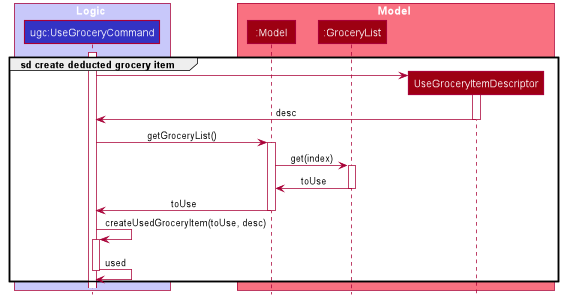
Before: docs/images/UseGrocerySequenceDiagramRef.png, a diagram exported from PlantUML (nus-cs2103-AY1920S1/addressbook-level3).
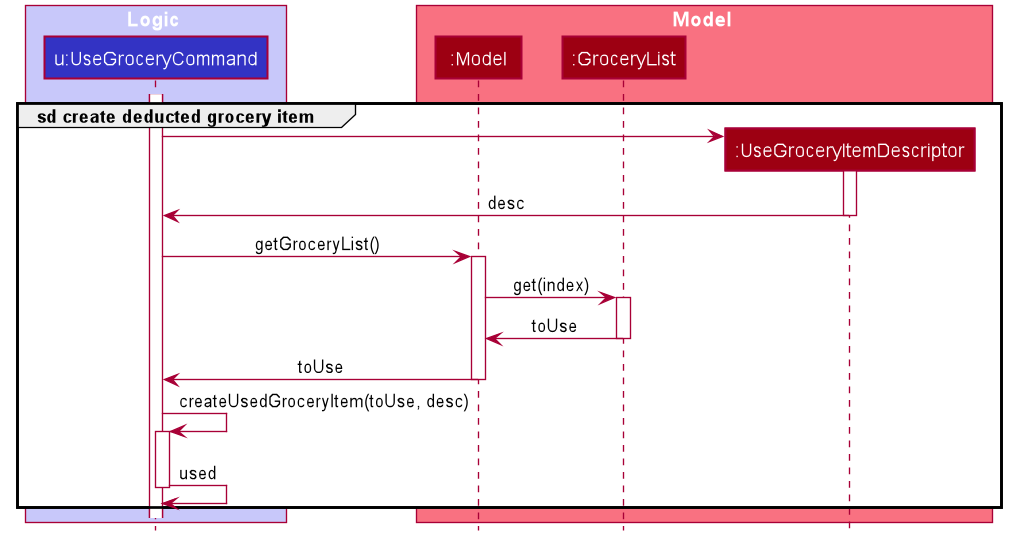
After the change.

Diff of the diagram source:
```diff
@@ -53,13 +53,13 @@
 group sd create deducted grocery item
 
 box Logic #C8C8FA
-participant "ugc:UseGroceryCommand" as UseGroceryCommand #3333C4
+participant "u:UseGroceryCommand" as UseGroceryCommand #3333C4
 end box
 
 box Model #F97181
 participant ":Model" as Model #9D0012
 participant ":GroceryList" as GroceryList #9D0012
-participant "UseGroceryItemDescriptor" as UseGroceryItemDescriptor #9D0012
+participant ":UseGroceryItemDescriptor" as UseGroceryItemDescriptor #9D0012
 end box
 
 activate UseGroceryCommand
```
